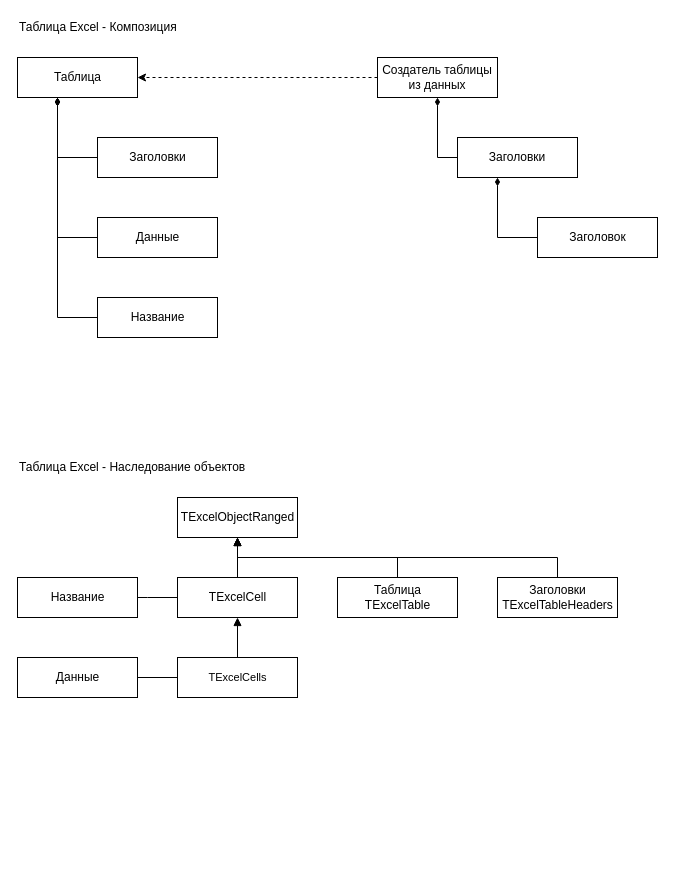
Above: page "Концепт Таблицы" (3 of 7) of doc/TExcel.drawio in GeorgyGogol/Dll-Excel-OLE-API (draw.io), before the change. Source tidied: cells renumbered, new cells numbered last; positions are measured from the earlier drawing's top-left corner, leaving out a move shared by most shapes. Both pictures are drawn from the tidied source at 100%, with x=0, y=0 at pixel (17, 17).
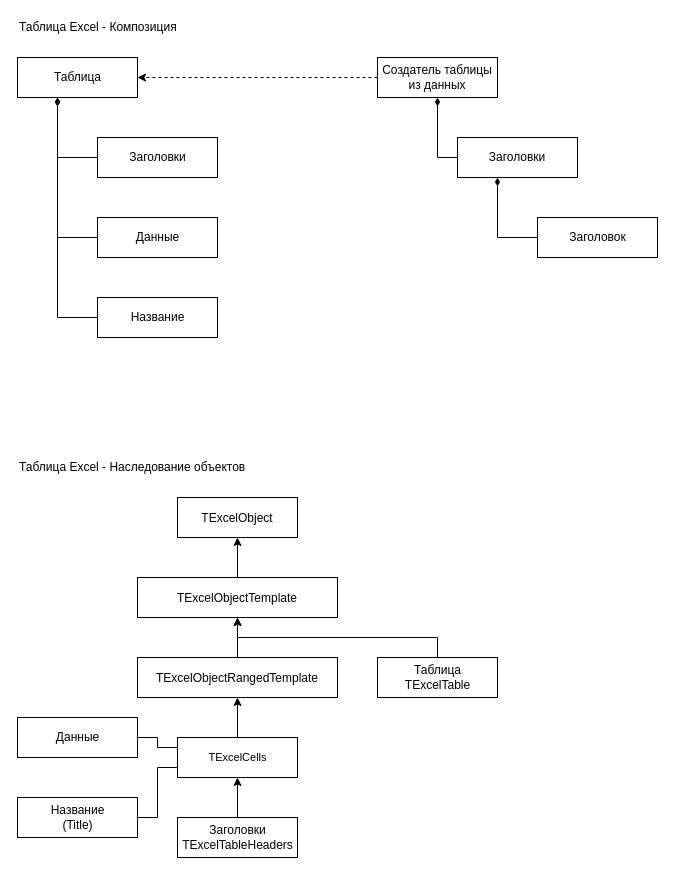
The same diagram, later.

The edit, as a diff of the source:
```diff
@@
-    <mxCell id="18" style="group;" parent="1" vertex="1">
-      <mxGeometry y="440" width="600" height="240" as="geometry" />
-    </mxCell>
-    <mxCell id="19" value="TExcelCell" style="html=1;" parent="18" vertex="1">
-      <mxGeometry x="160" y="120" width="120" height="40" as="geometry" />
-    </mxCell>
+    <mxCell id="33" style="group;" parent="1" vertex="1">
+      <mxGeometry y="440" width="480" height="400" as="geometry" />
+    </mxCell>
-    <mxCell id="20" value="Таблица Excel - Наследование объектов" style="text;html=1;align=left;verticalAlign=middle;strokeColor=none;fillColor=none;" parent="18" vertex="1">
+    <mxCell id="20" value="Таблица Excel - Наследование объектов" style="text;html=1;align=left;verticalAlign=middle;strokeColor=none;fillColor=none;" parent="33" vertex="1">
       <mxGeometry width="240" height="20" as="geometry" />
     </mxCell>
-    <mxCell id="21" value="Таблица&lt;br&gt;TExcelTable" style="html=1;" parent="18" vertex="1">
-      <mxGeometry x="320" y="120" width="120" height="40" as="geometry" />
+    <mxCell id="21" value="Таблица&lt;br&gt;TExcelTable" style="html=1;" parent="33" vertex="1">
+      <mxGeometry x="360" y="200" width="120" height="40" as="geometry" />
     </mxCell>
+    <mxCell id="34" style="edgeStyle=orthogonalEdgeStyle;rounded=0;jettySize=auto;html=1;entryX=0.5;entryY=0;entryDx=0;entryDy=0;startArrow=classic;startFill=1;endArrow=none;endFill=0;" parent="33" edge="1" source="22" target="21">
+      <mxGeometry relative="1" as="geometry">
+        <Array as="points">
+          <mxPoint x="220" y="180" />
+          <mxPoint x="420" y="180" />
+        </Array>
+      </mxGeometry>
+    </mxCell>
-    <mxCell id="22" value="TExcelObjectRanged" style="html=1;" parent="18" vertex="1">
-      <mxGeometry x="160" y="40" width="120" height="40" as="geometry" />
+    <mxCell id="22" value="TExcelObjectTemplate" parent="33" vertex="1">
+      <mxGeometry x="120" y="120" width="200" height="40" as="geometry" />
     </mxCell>
-    <mxCell id="23" style="edgeStyle=orthogonalEdgeStyle;rounded=0;jettySize=auto;html=1;startArrow=none;startFill=0;endArrow=block;endFill=1;" parent="18" edge="1" source="19" target="22">
-      <mxGeometry relative="1" as="geometry" />
-    </mxCell>
-    <mxCell id="24" style="edgeStyle=orthogonalEdgeStyle;rounded=0;jettySize=auto;html=1;entryX=0.5;entryY=1;entryDx=0;entryDy=0;startArrow=none;startFill=0;endArrow=block;endFill=1;" parent="18" edge="1" source="21" target="22">
-      <mxGeometry relative="1" as="geometry">
-        <Array as="points">
-          <mxPoint x="380" y="100" />
-          <mxPoint x="220" y="100" />
-        </Array>
-      </mxGeometry>
-    </mxCell>
-    <mxCell id="25" style="edgeStyle=orthogonalEdgeStyle;rounded=0;jettySize=auto;html=1;entryX=0.5;entryY=1;entryDx=0;entryDy=0;startArrow=none;startFill=0;endArrow=block;endFill=1;" parent="18" edge="1" source="26" target="22">
-      <mxGeometry relative="1" as="geometry">
-        <Array as="points">
-          <mxPoint x="540" y="100" />
-          <mxPoint x="220" y="100" />
-        </Array>
-      </mxGeometry>
-    </mxCell>
-    <mxCell id="26" value="Заголовки&lt;br&gt;TExcelTableHeaders" style="html=1;" parent="18" vertex="1">
-      <mxGeometry x="480" y="120" width="120" height="40" as="geometry" />
+    <mxCell id="26" value="Заголовки&lt;br&gt;TExcelTableHeaders" style="html=1;" parent="33" vertex="1">
+      <mxGeometry x="160" y="360" width="120" height="40" as="geometry" />
     </mxCell>
-    <mxCell id="27" value="Название" style="html=1;" parent="18" vertex="1">
-      <mxGeometry y="120" width="120" height="40" as="geometry" />
+    <mxCell id="27" value="Название&lt;br&gt;(Title)" style="html=1;" parent="33" vertex="1">
+      <mxGeometry y="340" width="120" height="40" as="geometry" />
     </mxCell>
-    <mxCell id="28" style="edgeStyle=orthogonalEdgeStyle;rounded=0;jettySize=auto;html=1;entryX=1;entryY=0.5;entryDx=0;entryDy=0;startArrow=none;startFill=0;endArrow=none;endFill=0;" parent="18" edge="1" source="19" target="27">
-      <mxGeometry relative="1" as="geometry">
-        <Array as="points">
-          <mxPoint x="130" y="140" />
-          <mxPoint x="130" y="140" />
-        </Array>
-      </mxGeometry>
-    </mxCell>
-    <mxCell id="29" value="Данные" style="html=1;" parent="18" vertex="1">
-      <mxGeometry y="200" width="120" height="40" as="geometry" />
+    <mxCell id="29" value="Данные" style="html=1;" parent="33" vertex="1">
+      <mxGeometry y="260" width="120" height="40" as="geometry" />
     </mxCell>
+    <mxCell id="35" style="edgeStyle=orthogonalEdgeStyle;rounded=0;jettySize=auto;html=1;entryX=0.5;entryY=0;entryDx=0;entryDy=0;startArrow=classic;startFill=1;endArrow=none;endFill=0;" parent="33" edge="1" source="31" target="26">
+      <mxGeometry relative="1" as="geometry" />
+    </mxCell>
-    <mxCell id="30" style="edgeStyle=orthogonalEdgeStyle;shape=connector;rounded=0;jettySize=auto;html=1;labelBackgroundColor=default;strokeColor=default;fontFamily=Helvetica;fontSize=11;fontColor=default;startArrow=none;startFill=0;endArrow=none;endFill=0;" parent="18" edge="1" source="31" target="29">
+    <mxCell id="30" style="edgeStyle=orthogonalEdgeStyle;rounded=0;jettySize=auto;html=1;entryX=1;entryY=0.5;entryDx=0;entryDy=0;startArrow=none;startFill=0;endArrow=none;endFill=0;exitX=0;exitY=0.25;exitDx=0;exitDy=0;" parent="33" edge="1" source="31" target="29">
       <mxGeometry relative="1" as="geometry" />
     </mxCell>
-    <mxCell id="31" value="TExcelCells" style="html=1;fontFamily=Helvetica;fontSize=11;fontColor=default;" parent="18" vertex="1">
-      <mxGeometry x="160" y="200" width="120" height="40" as="geometry" />
+    <mxCell id="31" value="TExcelCells" style="html=1;fontFamily=Helvetica;fontSize=11;fontColor=default;" parent="33" vertex="1">
+      <mxGeometry x="160" y="280" width="120" height="40" as="geometry" />
     </mxCell>
-    <mxCell id="32" style="edgeStyle=orthogonalEdgeStyle;shape=connector;rounded=0;jettySize=auto;html=1;labelBackgroundColor=default;strokeColor=default;fontFamily=Helvetica;fontSize=11;fontColor=default;startArrow=block;startFill=1;endArrow=none;endFill=0;" parent="18" edge="1" source="19" target="31">
-      <mxGeometry relative="1" as="geometry" />
-    </mxCell>
+    <mxCell id="36" style="edgeStyle=orthogonalEdgeStyle;rounded=0;jettySize=auto;html=1;entryX=0;entryY=0.75;entryDx=0;entryDy=0;startArrow=none;startFill=0;endArrow=none;endFill=0;" parent="33" edge="1" source="27" target="31">
+      <mxGeometry relative="1" as="geometry" />
+    </mxCell>
+    <mxCell id="37" style="edgeStyle=orthogonalEdgeStyle;rounded=0;jettySize=auto;html=1;entryX=0.5;entryY=0;entryDx=0;entryDy=0;startArrow=classic;startFill=1;endArrow=none;endFill=0;" parent="33" edge="1" source="38" target="22">
+      <mxGeometry relative="1" as="geometry" />
+    </mxCell>
+    <mxCell id="38" value="TExcelObject" parent="33" vertex="1">
+      <mxGeometry x="160" y="40" width="120" height="40" as="geometry" />
+    </mxCell>
+    <mxCell id="39" style="edgeStyle=orthogonalEdgeStyle;rounded=0;jettySize=auto;html=1;entryX=0.5;entryY=0;entryDx=0;entryDy=0;startArrow=classic;startFill=1;endArrow=none;endFill=0;" parent="33" edge="1" source="40" target="31">
+      <mxGeometry relative="1" as="geometry" />
+    </mxCell>
+    <mxCell id="40" value="TExcelObjectRangedTemplate" parent="33" vertex="1">
+      <mxGeometry x="120" y="200" width="200" height="40" as="geometry" />
+    </mxCell>
+    <mxCell id="41" style="edgeStyle=orthogonalEdgeStyle;rounded=0;jettySize=auto;html=1;startArrow=classic;startFill=1;endArrow=none;endFill=0;" parent="33" edge="1" source="22" target="40">
+      <mxGeometry relative="1" as="geometry" />
+    </mxCell>
```
